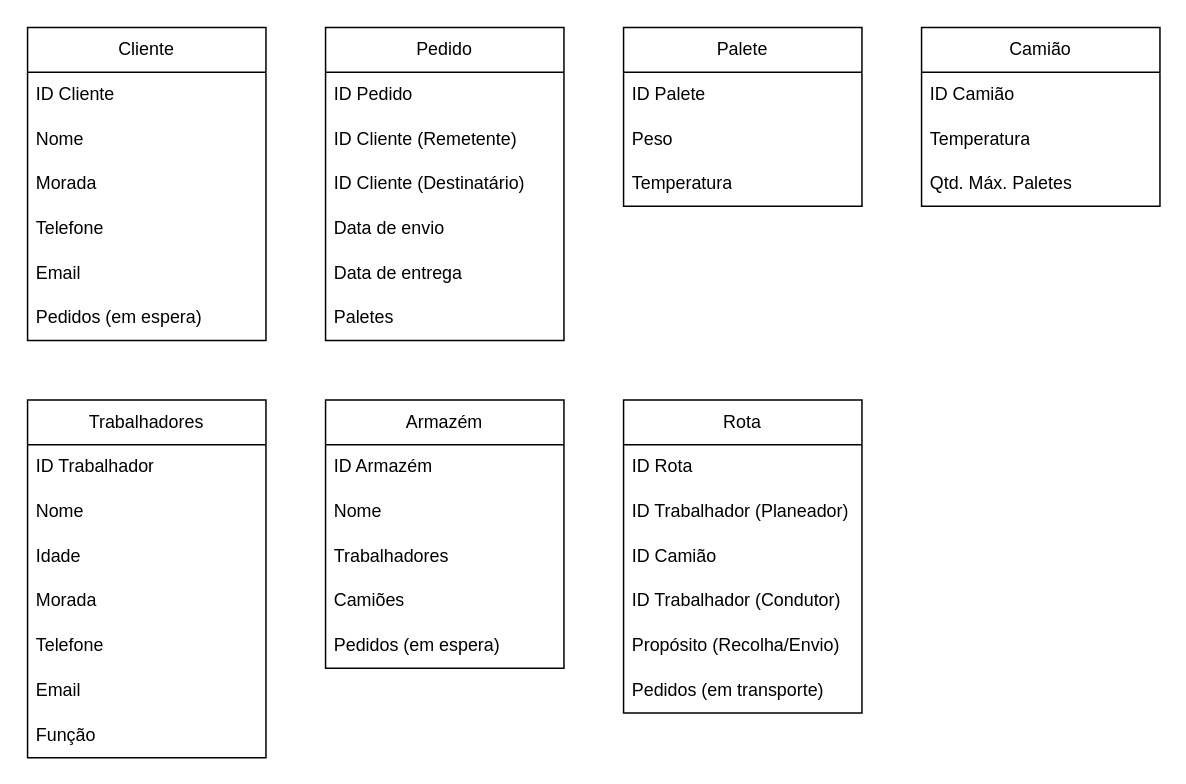
VicLourenco40/dwdm-sql-logistica keeps this draw.io diagram as page "Conceito" (1 of 3) of Diagramas/diagramas.drawio. Above is the earlier version. Source tidied: cells renumbered, new cells numbered last; positions are measured from the earlier drawing's top-left corner, leaving out a move shared by most shapes. Both pictures are drawn from the tidied source at 149%, with x=0, y=0 at pixel (27, 27).
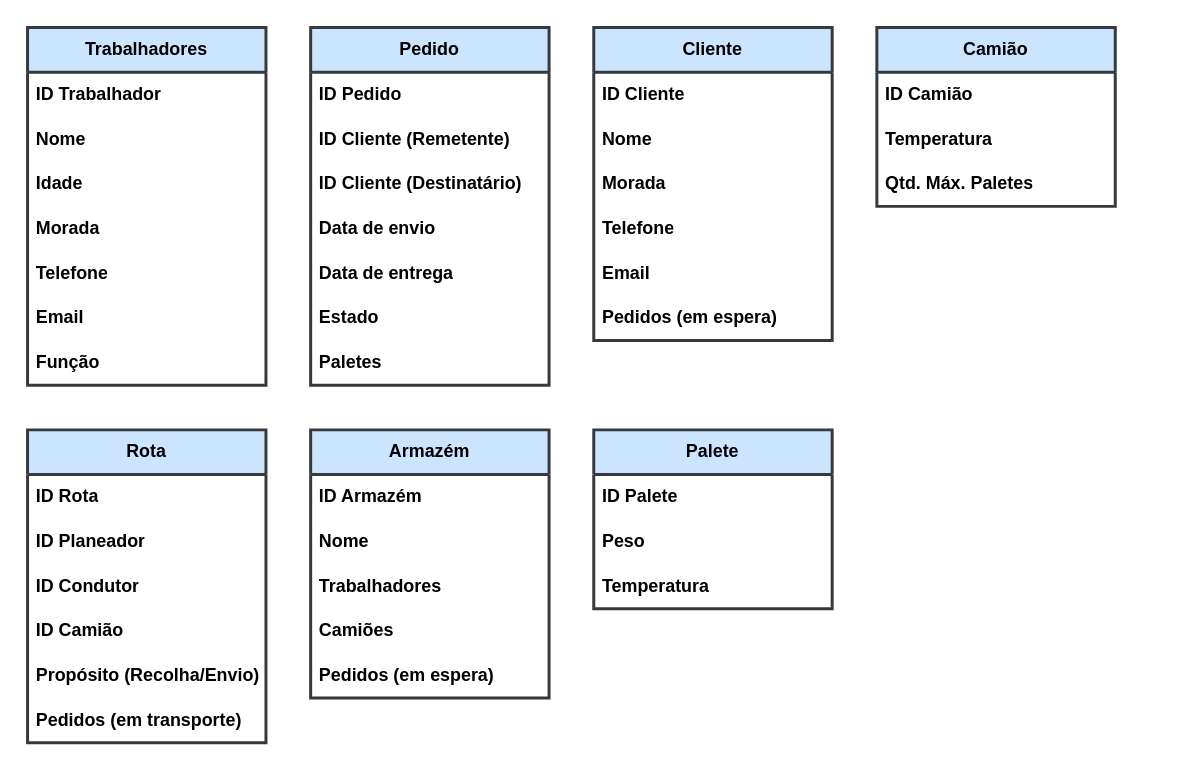
The same diagram, later.

What changed in the source:
```diff
@@
-    <mxCell id="2" value="Pedido" style="swimlane;fontStyle=0;horizontal=1;startSize=30;whiteSpace=wrap;html=1;" parent="1" vertex="1">
-      <mxGeometry x="200" width="160" height="210" as="geometry" />
+    <mxCell id="2" value="Pedido" style="swimlane;fontStyle=1;horizontal=1;startSize=30;whiteSpace=wrap;html=1;strokeWidth=2;fillColor=#cce5ff;strokeColor=#36393d;swimlaneFillColor=default;" parent="1" vertex="1">
+      <mxGeometry x="190" width="160" height="240" as="geometry" />
     </mxCell>
-    <mxCell id="3" value="&lt;div&gt;ID Pedido&lt;/div&gt;" style="text;align=left;verticalAlign=middle;spacingLeft=4;spacingRight=4;overflow=hidden;whiteSpace=wrap;html=1;" parent="2" vertex="1">
+    <mxCell id="3" value="&lt;div&gt;ID Pedido&lt;/div&gt;" style="text;align=left;verticalAlign=middle;spacingLeft=4;spacingRight=4;overflow=hidden;whiteSpace=wrap;html=1;strokeWidth=2;fontStyle=1;" parent="2" vertex="1">
       <mxGeometry y="30" width="160" height="30" as="geometry" />
     </mxCell>
-    <mxCell id="4" value="ID Cliente (Remetente)" style="text;align=left;verticalAlign=middle;spacingLeft=4;spacingRight=4;overflow=hidden;whiteSpace=wrap;html=1;" parent="2" vertex="1">
+    <mxCell id="4" value="ID Cliente (Remetente)" style="text;align=left;verticalAlign=middle;spacingLeft=4;spacingRight=4;overflow=hidden;whiteSpace=wrap;html=1;strokeWidth=2;fontStyle=1;" parent="2" vertex="1">
       <mxGeometry y="60" width="160" height="30" as="geometry" />
     </mxCell>
-    <mxCell id="5" value="ID Cliente (Destinatário)" style="text;align=left;verticalAlign=middle;spacingLeft=4;spacingRight=4;overflow=hidden;whiteSpace=wrap;html=1;" parent="2" vertex="1">
+    <mxCell id="5" value="ID Cliente (Destinatário)" style="text;align=left;verticalAlign=middle;spacingLeft=4;spacingRight=4;overflow=hidden;whiteSpace=wrap;html=1;strokeWidth=2;fontStyle=1;" parent="2" vertex="1">
       <mxGeometry y="90" width="160" height="30" as="geometry" />
     </mxCell>
-    <mxCell id="6" value="Data de envio" style="text;align=left;verticalAlign=middle;spacingLeft=4;spacingRight=4;overflow=hidden;whiteSpace=wrap;html=1;" parent="2" vertex="1">
+    <mxCell id="6" value="Data de envio" style="text;align=left;verticalAlign=middle;spacingLeft=4;spacingRight=4;overflow=hidden;whiteSpace=wrap;html=1;strokeWidth=2;fontStyle=1;" parent="2" vertex="1">
       <mxGeometry y="120" width="160" height="30" as="geometry" />
     </mxCell>
-    <mxCell id="7" value="Data de entrega" style="text;align=left;verticalAlign=middle;spacingLeft=4;spacingRight=4;overflow=hidden;whiteSpace=wrap;html=1;" parent="2" vertex="1">
+    <mxCell id="7" value="Data de entrega" style="text;align=left;verticalAlign=middle;spacingLeft=4;spacingRight=4;overflow=hidden;whiteSpace=wrap;html=1;strokeWidth=2;fontStyle=1;" parent="2" vertex="1">
       <mxGeometry y="150" width="160" height="30" as="geometry" />
     </mxCell>
-    <mxCell id="8" value="Paletes" style="text;align=left;verticalAlign=middle;spacingLeft=4;spacingRight=4;overflow=hidden;whiteSpace=wrap;html=1;" parent="2" vertex="1">
+    <mxCell id="8" value="Estado" style="text;align=left;verticalAlign=middle;spacingLeft=4;spacingRight=4;overflow=hidden;whiteSpace=wrap;html=1;strokeWidth=2;fontStyle=1;" parent="2" vertex="1">
       <mxGeometry y="180" width="160" height="30" as="geometry" />
     </mxCell>
+    <mxCell id="45" value="Paletes" style="text;align=left;verticalAlign=middle;spacingLeft=4;spacingRight=4;overflow=hidden;whiteSpace=wrap;html=1;strokeWidth=2;fontStyle=1;" parent="2" vertex="1">
+      <mxGeometry y="210" width="160" height="30" as="geometry" />
+    </mxCell>
-    <mxCell id="9" value="Palete" style="swimlane;fontStyle=0;horizontal=1;startSize=30;whiteSpace=wrap;html=1;" parent="1" vertex="1">
-      <mxGeometry x="400" width="160" height="120" as="geometry" />
+    <mxCell id="9" value="Palete" style="swimlane;fontStyle=1;horizontal=1;startSize=30;whiteSpace=wrap;html=1;strokeWidth=2;fillColor=#cce5ff;strokeColor=#36393d;swimlaneFillColor=default;" parent="1" vertex="1">
+      <mxGeometry x="380" y="270" width="160" height="120" as="geometry" />
     </mxCell>
-    <mxCell id="10" value="ID Palete" style="text;align=left;verticalAlign=middle;spacingLeft=4;spacingRight=4;overflow=hidden;whiteSpace=wrap;html=1;" parent="9" vertex="1">
+    <mxCell id="10" value="ID Palete" style="text;align=left;verticalAlign=middle;spacingLeft=4;spacingRight=4;overflow=hidden;whiteSpace=wrap;html=1;strokeWidth=2;fontStyle=1;" parent="9" vertex="1">
       <mxGeometry y="30" width="160" height="30" as="geometry" />
     </mxCell>
-    <mxCell id="11" value="Peso" style="text;align=left;verticalAlign=middle;spacingLeft=4;spacingRight=4;overflow=hidden;whiteSpace=wrap;html=1;" parent="9" vertex="1">
+    <mxCell id="11" value="Peso" style="text;align=left;verticalAlign=middle;spacingLeft=4;spacingRight=4;overflow=hidden;whiteSpace=wrap;html=1;strokeWidth=2;fontStyle=1;" parent="9" vertex="1">
       <mxGeometry y="60" width="160" height="30" as="geometry" />
     </mxCell>
-    <mxCell id="12" value="Temperatura" style="text;align=left;verticalAlign=middle;spacingLeft=4;spacingRight=4;overflow=hidden;whiteSpace=wrap;html=1;" parent="9" vertex="1">
+    <mxCell id="12" value="Temperatura" style="text;align=left;verticalAlign=middle;spacingLeft=4;spacingRight=4;overflow=hidden;whiteSpace=wrap;html=1;strokeWidth=2;fontStyle=1;" parent="9" vertex="1">
       <mxGeometry y="90" width="160" height="30" as="geometry" />
     </mxCell>
-    <mxCell id="13" value="Camião" style="swimlane;fontStyle=0;horizontal=1;startSize=30;whiteSpace=wrap;html=1;" parent="1" vertex="1">
-      <mxGeometry x="600" width="160" height="120" as="geometry" />
+    <mxCell id="13" value="Camião" style="swimlane;fontStyle=1;horizontal=1;startSize=30;whiteSpace=wrap;html=1;strokeWidth=2;fillColor=#cce5ff;strokeColor=#36393d;swimlaneFillColor=default;" parent="1" vertex="1">
+      <mxGeometry x="570" width="160" height="120" as="geometry" />
     </mxCell>
-    <mxCell id="14" value="ID Camião" style="text;align=left;verticalAlign=middle;spacingLeft=4;spacingRight=4;overflow=hidden;whiteSpace=wrap;html=1;" parent="13" vertex="1">
+    <mxCell id="14" value="ID Camião" style="text;align=left;verticalAlign=middle;spacingLeft=4;spacingRight=4;overflow=hidden;whiteSpace=wrap;html=1;strokeWidth=2;fontStyle=1;" parent="13" vertex="1">
       <mxGeometry y="30" width="160" height="30" as="geometry" />
     </mxCell>
-    <mxCell id="15" value="Temperatura" style="text;align=left;verticalAlign=middle;spacingLeft=4;spacingRight=4;overflow=hidden;whiteSpace=wrap;html=1;" parent="13" vertex="1">
+    <mxCell id="15" value="Temperatura" style="text;align=left;verticalAlign=middle;spacingLeft=4;spacingRight=4;overflow=hidden;whiteSpace=wrap;html=1;strokeWidth=2;fontStyle=1;" parent="13" vertex="1">
       <mxGeometry y="60" width="160" height="30" as="geometry" />
     </mxCell>
-    <mxCell id="16" value="Qtd. Máx. Paletes" style="text;align=left;verticalAlign=middle;spacingLeft=4;spacingRight=4;overflow=hidden;whiteSpace=wrap;html=1;" parent="13" vertex="1">
+    <mxCell id="16" value="Qtd. Máx. Paletes" style="text;align=left;verticalAlign=middle;spacingLeft=4;spacingRight=4;overflow=hidden;whiteSpace=wrap;html=1;strokeWidth=2;fontStyle=1;" parent="13" vertex="1">
       <mxGeometry y="90" width="160" height="30" as="geometry" />
     </mxCell>
-    <mxCell id="17" value="Rota" style="swimlane;fontStyle=0;horizontal=1;startSize=30;whiteSpace=wrap;html=1;" parent="1" vertex="1">
-      <mxGeometry x="400" y="250" width="160" height="210" as="geometry" />
+    <mxCell id="17" value="Rota" style="swimlane;fontStyle=1;horizontal=1;startSize=30;whiteSpace=wrap;html=1;strokeWidth=2;fillColor=#cce5ff;strokeColor=#36393d;swimlaneFillColor=default;" parent="1" vertex="1">
+      <mxGeometry y="270" width="160" height="210" as="geometry" />
     </mxCell>
-    <mxCell id="18" value="ID Rota" style="text;align=left;verticalAlign=middle;spacingLeft=4;spacingRight=4;overflow=hidden;whiteSpace=wrap;html=1;" parent="17" vertex="1">
+    <mxCell id="18" value="ID Rota" style="text;align=left;verticalAlign=middle;spacingLeft=4;spacingRight=4;overflow=hidden;whiteSpace=wrap;html=1;strokeWidth=2;fontStyle=1;" parent="17" vertex="1">
       <mxGeometry y="30" width="160" height="30" as="geometry" />
     </mxCell>
-    <mxCell id="19" value="ID Trabalhador (Planeador)" style="text;align=left;verticalAlign=middle;spacingLeft=4;spacingRight=4;overflow=hidden;whiteSpace=wrap;html=1;" parent="17" vertex="1">
+    <mxCell id="19" value="ID Planeador" style="text;align=left;verticalAlign=middle;spacingLeft=4;spacingRight=4;overflow=hidden;whiteSpace=wrap;html=1;strokeWidth=2;fontStyle=1;" parent="17" vertex="1">
       <mxGeometry y="60" width="160" height="30" as="geometry" />
     </mxCell>
+    <mxCell id="46" value="ID Condutor" style="text;align=left;verticalAlign=middle;spacingLeft=4;spacingRight=4;overflow=hidden;whiteSpace=wrap;html=1;strokeWidth=2;fontStyle=1;" parent="17" vertex="1">
+      <mxGeometry y="90" width="160" height="30" as="geometry" />
+    </mxCell>
-    <mxCell id="20" value="ID Camião" style="text;align=left;verticalAlign=middle;spacingLeft=4;spacingRight=4;overflow=hidden;whiteSpace=wrap;html=1;" parent="17" vertex="1">
-      <mxGeometry y="90" width="160" height="30" as="geometry" />
+    <mxCell id="20" value="ID Camião" style="text;align=left;verticalAlign=middle;spacingLeft=4;spacingRight=4;overflow=hidden;whiteSpace=wrap;html=1;strokeWidth=2;fontStyle=1;" parent="17" vertex="1">
+      <mxGeometry y="120" width="160" height="30" as="geometry" />
     </mxCell>
-    <mxCell id="21" value="ID Trabalhador (Condutor)" style="text;align=left;verticalAlign=middle;spacingLeft=4;spacingRight=4;overflow=hidden;whiteSpace=wrap;html=1;" parent="17" vertex="1">
-      <mxGeometry y="120" width="160" height="30" as="geometry" />
-    </mxCell>
-    <mxCell id="22" value="Propósito (Recolha/Envio)" style="text;align=left;verticalAlign=middle;spacingLeft=4;spacingRight=4;overflow=hidden;whiteSpace=wrap;html=1;" parent="17" vertex="1">
+    <mxCell id="22" value="Propósito (Recolha/Envio)" style="text;align=left;verticalAlign=middle;spacingLeft=4;spacingRight=4;overflow=hidden;whiteSpace=wrap;html=1;strokeWidth=2;fontStyle=1;" parent="17" vertex="1">
       <mxGeometry y="150" width="160" height="30" as="geometry" />
     </mxCell>
-    <mxCell id="23" value="Pedidos (em transporte)" style="text;align=left;verticalAlign=middle;spacingLeft=4;spacingRight=4;overflow=hidden;whiteSpace=wrap;html=1;" parent="17" vertex="1">
+    <mxCell id="23" value="Pedidos (em transporte)" style="text;align=left;verticalAlign=middle;spacingLeft=4;spacingRight=4;overflow=hidden;whiteSpace=wrap;html=1;strokeWidth=2;fontStyle=1;" parent="17" vertex="1">
       <mxGeometry y="180" width="160" height="30" as="geometry" />
     </mxCell>
-    <mxCell id="24" value="Cliente" style="swimlane;fontStyle=0;horizontal=1;startSize=30;whiteSpace=wrap;html=1;" parent="1" vertex="1">
-      <mxGeometry width="160" height="210" as="geometry" />
+    <mxCell id="24" value="Cliente" style="swimlane;fontStyle=1;horizontal=1;startSize=30;whiteSpace=wrap;html=1;strokeWidth=2;fillColor=#cce5ff;strokeColor=#36393d;swimlaneFillColor=default;" parent="1" vertex="1">
+      <mxGeometry x="380" width="160" height="210" as="geometry" />
     </mxCell>
-    <mxCell id="25" value="ID Cliente" style="text;align=left;verticalAlign=middle;spacingLeft=4;spacingRight=4;overflow=hidden;whiteSpace=wrap;html=1;" parent="24" vertex="1">
+    <mxCell id="25" value="ID Cliente" style="text;align=left;verticalAlign=middle;spacingLeft=4;spacingRight=4;overflow=hidden;whiteSpace=wrap;html=1;strokeWidth=2;fontStyle=1;" parent="24" vertex="1">
       <mxGeometry y="30" width="160" height="30" as="geometry" />
     </mxCell>
-    <mxCell id="26" value="Nome" style="text;align=left;verticalAlign=middle;spacingLeft=4;spacingRight=4;overflow=hidden;whiteSpace=wrap;html=1;" parent="24" vertex="1">
+    <mxCell id="26" value="Nome" style="text;align=left;verticalAlign=middle;spacingLeft=4;spacingRight=4;overflow=hidden;whiteSpace=wrap;html=1;strokeWidth=2;fontStyle=1;" parent="24" vertex="1">
       <mxGeometry y="60" width="160" height="30" as="geometry" />
     </mxCell>
-    <mxCell id="27" value="Morada" style="text;align=left;verticalAlign=middle;spacingLeft=4;spacingRight=4;overflow=hidden;whiteSpace=wrap;html=1;" parent="24" vertex="1">
+    <mxCell id="27" value="Morada" style="text;align=left;verticalAlign=middle;spacingLeft=4;spacingRight=4;overflow=hidden;whiteSpace=wrap;html=1;strokeWidth=2;fontStyle=1;" parent="24" vertex="1">
       <mxGeometry y="90" width="160" height="30" as="geometry" />
     </mxCell>
-    <mxCell id="28" value="Telefone" style="text;align=left;verticalAlign=middle;spacingLeft=4;spacingRight=4;overflow=hidden;whiteSpace=wrap;html=1;" parent="24" vertex="1">
+    <mxCell id="28" value="Telefone" style="text;align=left;verticalAlign=middle;spacingLeft=4;spacingRight=4;overflow=hidden;whiteSpace=wrap;html=1;strokeWidth=2;fontStyle=1;" parent="24" vertex="1">
       <mxGeometry y="120" width="160" height="30" as="geometry" />
     </mxCell>
-    <mxCell id="29" value="Email" style="text;align=left;verticalAlign=middle;spacingLeft=4;spacingRight=4;overflow=hidden;whiteSpace=wrap;html=1;" parent="24" vertex="1">
+    <mxCell id="29" value="Email" style="text;align=left;verticalAlign=middle;spacingLeft=4;spacingRight=4;overflow=hidden;whiteSpace=wrap;html=1;strokeWidth=2;fontStyle=1;" parent="24" vertex="1">
       <mxGeometry y="150" width="160" height="30" as="geometry" />
     </mxCell>
-    <mxCell id="30" value="Pedidos (em espera)" style="text;align=left;verticalAlign=middle;spacingLeft=4;spacingRight=4;overflow=hidden;whiteSpace=wrap;html=1;" parent="24" vertex="1">
+    <mxCell id="30" value="Pedidos (em espera)" style="text;align=left;verticalAlign=middle;spacingLeft=4;spacingRight=4;overflow=hidden;whiteSpace=wrap;html=1;strokeWidth=2;fontStyle=1;" parent="24" vertex="1">
       <mxGeometry y="180" width="160" height="30" as="geometry" />
     </mxCell>
-    <mxCell id="31" value="Trabalhadores" style="swimlane;fontStyle=0;horizontal=1;startSize=30;whiteSpace=wrap;html=1;" parent="1" vertex="1">
-      <mxGeometry y="250" width="160" height="240" as="geometry" />
+    <mxCell id="31" value="Trabalhadores" style="swimlane;fontStyle=1;horizontal=1;startSize=30;whiteSpace=wrap;html=1;strokeWidth=2;fillColor=#cce5ff;strokeColor=#36393d;gradientColor=none;swimlaneFillColor=default;" parent="1" vertex="1">
+      <mxGeometry width="160" height="240" as="geometry" />
     </mxCell>
-    <mxCell id="32" value="ID Trabalhador" style="text;align=left;verticalAlign=middle;spacingLeft=4;spacingRight=4;overflow=hidden;whiteSpace=wrap;html=1;" parent="31" vertex="1">
+    <mxCell id="32" value="ID Trabalhador" style="text;align=left;verticalAlign=middle;spacingLeft=4;spacingRight=4;overflow=hidden;whiteSpace=wrap;html=1;strokeWidth=2;fontStyle=1;" parent="31" vertex="1">
       <mxGeometry y="30" width="160" height="30" as="geometry" />
     </mxCell>
-    <mxCell id="33" value="Nome" style="text;align=left;verticalAlign=middle;spacingLeft=4;spacingRight=4;overflow=hidden;whiteSpace=wrap;html=1;" parent="31" vertex="1">
+    <mxCell id="33" value="Nome" style="text;align=left;verticalAlign=middle;spacingLeft=4;spacingRight=4;overflow=hidden;whiteSpace=wrap;html=1;strokeWidth=2;fontStyle=1;" parent="31" vertex="1">
       <mxGeometry y="60" width="160" height="30" as="geometry" />
     </mxCell>
-    <mxCell id="34" value="Idade" style="text;align=left;verticalAlign=middle;spacingLeft=4;spacingRight=4;overflow=hidden;whiteSpace=wrap;html=1;" parent="31" vertex="1">
+    <mxCell id="34" value="Idade" style="text;align=left;verticalAlign=middle;spacingLeft=4;spacingRight=4;overflow=hidden;whiteSpace=wrap;html=1;strokeWidth=2;fontStyle=1;" parent="31" vertex="1">
       <mxGeometry y="90" width="160" height="30" as="geometry" />
     </mxCell>
-    <mxCell id="35" value="Morada" style="text;align=left;verticalAlign=middle;spacingLeft=4;spacingRight=4;overflow=hidden;whiteSpace=wrap;html=1;" parent="31" vertex="1">
+    <mxCell id="35" value="Morada" style="text;align=left;verticalAlign=middle;spacingLeft=4;spacingRight=4;overflow=hidden;whiteSpace=wrap;html=1;strokeWidth=2;fontStyle=1;" parent="31" vertex="1">
       <mxGeometry y="120" width="160" height="30" as="geometry" />
     </mxCell>
-    <mxCell id="36" value="Telefone" style="text;align=left;verticalAlign=middle;spacingLeft=4;spacingRight=4;overflow=hidden;whiteSpace=wrap;html=1;" parent="31" vertex="1">
+    <mxCell id="36" value="Telefone" style="text;align=left;verticalAlign=middle;spacingLeft=4;spacingRight=4;overflow=hidden;whiteSpace=wrap;html=1;strokeWidth=2;fontStyle=1;" parent="31" vertex="1">
       <mxGeometry y="150" width="160" height="30" as="geometry" />
     </mxCell>
-    <mxCell id="37" value="Email" style="text;align=left;verticalAlign=middle;spacingLeft=4;spacingRight=4;overflow=hidden;whiteSpace=wrap;html=1;" parent="31" vertex="1">
+    <mxCell id="37" value="Email" style="text;align=left;verticalAlign=middle;spacingLeft=4;spacingRight=4;overflow=hidden;whiteSpace=wrap;html=1;strokeWidth=2;fontStyle=1;" parent="31" vertex="1">
       <mxGeometry y="180" width="160" height="30" as="geometry" />
     </mxCell>
-    <mxCell id="38" value="Função" style="text;align=left;verticalAlign=middle;spacingLeft=4;spacingRight=4;overflow=hidden;whiteSpace=wrap;html=1;" parent="31" vertex="1">
+    <mxCell id="38" value="Função" style="text;align=left;verticalAlign=middle;spacingLeft=4;spacingRight=4;overflow=hidden;whiteSpace=wrap;html=1;strokeWidth=2;fontStyle=1;" parent="31" vertex="1">
       <mxGeometry y="210" width="160" height="30" as="geometry" />
     </mxCell>
-    <mxCell id="39" value="Armazém" style="swimlane;fontStyle=0;horizontal=1;startSize=30;whiteSpace=wrap;html=1;" parent="1" vertex="1">
-      <mxGeometry x="200" y="250" width="160" height="180" as="geometry" />
+    <mxCell id="39" value="Armazém" style="swimlane;fontStyle=1;horizontal=1;startSize=30;whiteSpace=wrap;html=1;strokeWidth=2;fillColor=#cce5ff;strokeColor=#36393d;swimlaneFillColor=default;" parent="1" vertex="1">
+      <mxGeometry x="190" y="270" width="160" height="180" as="geometry" />
     </mxCell>
-    <mxCell id="40" value="ID Armazém" style="text;align=left;verticalAlign=middle;spacingLeft=4;spacingRight=4;overflow=hidden;whiteSpace=wrap;html=1;" parent="39" vertex="1">
+    <mxCell id="40" value="ID Armazém" style="text;align=left;verticalAlign=middle;spacingLeft=4;spacingRight=4;overflow=hidden;whiteSpace=wrap;html=1;strokeWidth=2;fontStyle=1;" parent="39" vertex="1">
       <mxGeometry y="30" width="160" height="30" as="geometry" />
     </mxCell>
-    <mxCell id="41" value="Nome" style="text;align=left;verticalAlign=middle;spacingLeft=4;spacingRight=4;overflow=hidden;whiteSpace=wrap;html=1;" parent="39" vertex="1">
+    <mxCell id="41" value="Nome" style="text;align=left;verticalAlign=middle;spacingLeft=4;spacingRight=4;overflow=hidden;whiteSpace=wrap;html=1;strokeWidth=2;fontStyle=1;" parent="39" vertex="1">
       <mxGeometry y="60" width="160" height="30" as="geometry" />
     </mxCell>
-    <mxCell id="42" value="Trabalhadores" style="text;align=left;verticalAlign=middle;spacingLeft=4;spacingRight=4;overflow=hidden;whiteSpace=wrap;html=1;" parent="39" vertex="1">
+    <mxCell id="42" value="Trabalhadores" style="text;align=left;verticalAlign=middle;spacingLeft=4;spacingRight=4;overflow=hidden;whiteSpace=wrap;html=1;strokeWidth=2;fontStyle=1;" parent="39" vertex="1">
       <mxGeometry y="90" width="160" height="30" as="geometry" />
     </mxCell>
-    <mxCell id="43" value="Camiões" style="text;align=left;verticalAlign=middle;spacingLeft=4;spacingRight=4;overflow=hidden;whiteSpace=wrap;html=1;" parent="39" vertex="1">
+    <mxCell id="43" value="Camiões" style="text;align=left;verticalAlign=middle;spacingLeft=4;spacingRight=4;overflow=hidden;whiteSpace=wrap;html=1;strokeWidth=2;fontStyle=1;" parent="39" vertex="1">
       <mxGeometry y="120" width="160" height="30" as="geometry" />
     </mxCell>
-    <mxCell id="44" value="Pedidos (em espera)" style="text;align=left;verticalAlign=middle;spacingLeft=4;spacingRight=4;overflow=hidden;whiteSpace=wrap;html=1;" parent="39" vertex="1">
+    <mxCell id="44" value="Pedidos (em espera)" style="text;align=left;verticalAlign=middle;spacingLeft=4;spacingRight=4;overflow=hidden;whiteSpace=wrap;html=1;strokeWidth=2;fontStyle=1;" parent="39" vertex="1">
       <mxGeometry y="150" width="160" height="30" as="geometry" />
     </mxCell>
```
